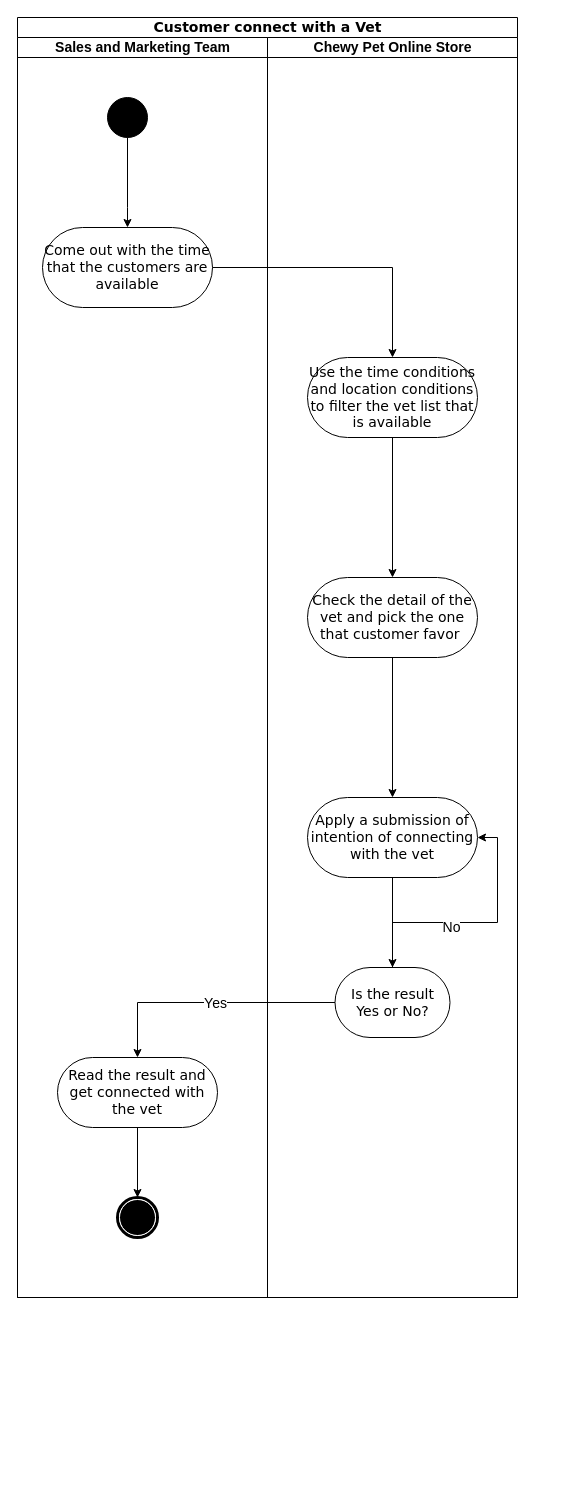
Earlier version of the draw.io diagram 未命名绘图.drawio (Bob960204/Test). Source tidied: cells renumbered, new cells numbered last; positions are measured from the earlier drawing's top-left corner, leaving out a move shared by most shapes. Both pictures are drawn from the tidied source at 100%, with x=0, y=0 at pixel (17, 17).
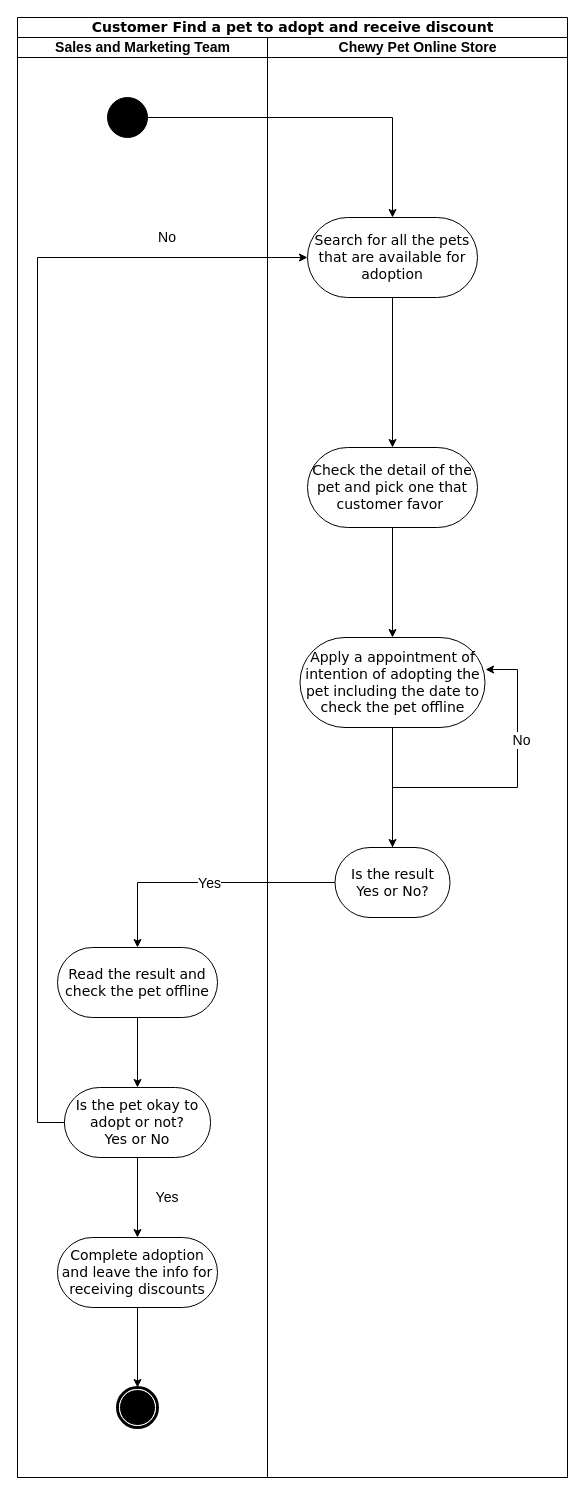
The same diagram, later.

Commit message (it also covers changes not shown here):
更新未命名绘图.drawio

Unchanged cells that the change refers to:
```xml
<mxCell id="4" style="ellipse;whiteSpace=wrap;html=1;rounded=0;shadow=0;comic=0;labelBackgroundColor=none;strokeWidth=1;fillColor=#000000;fontFamily=Verdana;fontSize=14;align=center;" parent="3" vertex="1">
  <mxGeometry x="90" y="60" width="40" height="40" as="geometry" />
</mxCell>
```

The edit, as a diff of the source:
```diff
@@
-    <mxCell id="2" value="Customer connect with a Vet" style="swimlane;html=1;startSize=20;rounded=0;shadow=0;comic=0;labelBackgroundColor=none;strokeWidth=1;fontFamily=Verdana;fontSize=14;align=center;" parent="1" vertex="1">
-      <mxGeometry width="500" height="1280" as="geometry" />
+    <mxCell id="2" value="Customer Find a pet to adopt and receive discount" style="swimlane;html=1;startSize=20;rounded=0;shadow=0;comic=0;labelBackgroundColor=none;strokeWidth=1;fontFamily=Verdana;fontSize=14;align=center;" parent="1" vertex="1">
+      <mxGeometry width="550" height="1460" as="geometry" />
     </mxCell>
     <mxCell id="3" value="Sales and Marketing Team" style="swimlane;html=1;startSize=20;fontSize=14;" parent="2" vertex="1">
-      <mxGeometry y="20" width="250" height="1260" as="geometry" />
+      <mxGeometry y="20" width="250" height="1440" as="geometry" />
     </mxCell>
@@
     <mxCell id="5" style="shape=mxgraph.bpmn.shape;html=1;verticalLabelPosition=bottom;labelBackgroundColor=#ffffff;verticalAlign=top;perimeter=ellipsePerimeter;outline=end;symbol=terminate;rounded=0;shadow=0;comic=0;strokeWidth=1;fontFamily=Verdana;fontSize=14;align=center;" parent="3" vertex="1">
-      <mxGeometry x="100" y="1160" width="40" height="40" as="geometry" />
+      <mxGeometry x="100" y="1350" width="40" height="40" as="geometry" />
     </mxCell>
-    <mxCell id="6" value="Come out with the time that the customers are available" style="whiteSpace=wrap;html=1;rounded=1;shadow=0;fontFamily=Verdana;strokeWidth=1;arcSize=50;comic=0;fontSize=14;" parent="3" vertex="1">
-      <mxGeometry x="25" y="190" width="170" height="80" as="geometry" />
-    </mxCell>
-    <mxCell id="7" style="edgeStyle=orthogonalEdgeStyle;rounded=0;jettySize=auto;html=1;entryX=0.5;entryY=0;entryDx=0;entryDy=0;fontSize=14;" parent="3" edge="1" source="4" target="6">
-      <mxGeometry relative="1" as="geometry">
-        <Array as="points">
-          <mxPoint x="110" y="170" />
-          <mxPoint x="110" y="170" />
-        </Array>
-      </mxGeometry>
-    </mxCell>
-    <mxCell id="8" style="edgeStyle=orthogonalEdgeStyle;rounded=0;jettySize=auto;html=1;fontSize=14;" parent="3" edge="1" source="9" target="5">
-      <mxGeometry relative="1" as="geometry" />
-    </mxCell>
+    <mxCell id="23" style="edgeStyle=orthogonalEdgeStyle;rounded=0;jettySize=auto;html=1;fontSize=14;" parent="3" edge="1" source="9" target="24">
+      <mxGeometry relative="1" as="geometry" />
+    </mxCell>
-    <mxCell id="9" value="Read the result and get connected with the vet" style="whiteSpace=wrap;html=1;rounded=1;shadow=0;fontFamily=Verdana;strokeWidth=1;arcSize=50;comic=0;fontSize=14;" parent="3" vertex="1">
-      <mxGeometry x="40" y="1020" width="160" height="70" as="geometry" />
+    <mxCell id="9" value="Read the result and check the pet offline" style="whiteSpace=wrap;html=1;rounded=1;shadow=0;fontFamily=Verdana;strokeWidth=1;arcSize=50;comic=0;fontSize=14;" parent="3" vertex="1">
+      <mxGeometry x="40" y="910" width="160" height="70" as="geometry" />
     </mxCell>
+    <mxCell id="24" value="Is the pet okay to adopt or not?&lt;br style=&quot;font-size: 14px;&quot;&gt;Yes or No" style="whiteSpace=wrap;html=1;rounded=1;shadow=0;fontFamily=Verdana;strokeWidth=1;arcSize=50;comic=0;fontSize=14;" parent="3" vertex="1">
+      <mxGeometry x="46.9" y="1050" width="146.2" height="70" as="geometry" />
+    </mxCell>
+    <mxCell id="25" style="edgeStyle=orthogonalEdgeStyle;rounded=0;jettySize=auto;html=1;fontSize=14;" parent="3" edge="1" source="26" target="5">
+      <mxGeometry relative="1" as="geometry" />
+    </mxCell>
+    <mxCell id="26" value="Complete adoption and leave the info for receiving discounts" style="whiteSpace=wrap;html=1;rounded=1;shadow=0;fontFamily=Verdana;strokeWidth=1;arcSize=50;comic=0;fontSize=14;" parent="3" vertex="1">
+      <mxGeometry x="40" y="1200" width="160" height="70" as="geometry" />
+    </mxCell>
+    <mxCell id="27" style="edgeStyle=orthogonalEdgeStyle;rounded=0;jettySize=auto;html=1;fontSize=14;entryX=0.5;entryY=0;entryDx=0;entryDy=0;" parent="3" edge="1" source="24" target="26">
+      <mxGeometry relative="1" as="geometry" />
+    </mxCell>
+    <mxCell id="28" value="Yes" style="text;html=1;strokeColor=none;fillColor=none;align=center;verticalAlign=middle;whiteSpace=wrap;rounded=0;fontSize=14;" parent="3" vertex="1">
+      <mxGeometry x="130" y="1150" width="40" height="20" as="geometry" />
+    </mxCell>
+    <mxCell id="29" value="No" style="text;html=1;strokeColor=none;fillColor=none;align=center;verticalAlign=middle;whiteSpace=wrap;rounded=0;fontSize=14;" parent="3" vertex="1">
+      <mxGeometry x="130" y="190" width="40" height="20" as="geometry" />
+    </mxCell>
     <mxCell id="10" value="Chewy Pet Online Store" style="swimlane;html=1;startSize=20;fontSize=14;" parent="2" vertex="1">
-      <mxGeometry x="250" y="20" width="250" height="1260" as="geometry" />
+      <mxGeometry x="250" y="20" width="300" height="1440" as="geometry" />
     </mxCell>
@@
-    <mxCell id="12" value="Use the time conditions and location conditions to filter the vet list that is available" style="whiteSpace=wrap;html=1;rounded=1;shadow=0;fontFamily=Verdana;strokeWidth=1;arcSize=50;comic=0;fontSize=14;" parent="10" vertex="1">
-      <mxGeometry x="40" y="320" width="170" height="80" as="geometry" />
+    <mxCell id="12" value="Search for all the pets that are available for adoption" style="whiteSpace=wrap;html=1;rounded=1;shadow=0;fontFamily=Verdana;strokeWidth=1;arcSize=50;comic=0;fontSize=14;" parent="10" vertex="1">
+      <mxGeometry x="40" y="180" width="170" height="80" as="geometry" />
     </mxCell>
@@
-    <mxCell id="14" value="Check the detail of the vet and pick the one that customer favor&amp;nbsp;" style="whiteSpace=wrap;html=1;rounded=1;shadow=0;fontFamily=Verdana;strokeWidth=1;arcSize=50;comic=0;fontSize=14;" parent="10" vertex="1">
-      <mxGeometry x="40" y="540" width="170" height="80" as="geometry" />
+    <mxCell id="14" value="Check the detail of the pet and pick one that customer favor&amp;nbsp;" style="whiteSpace=wrap;html=1;rounded=1;shadow=0;fontFamily=Verdana;strokeWidth=1;arcSize=50;comic=0;fontSize=14;" parent="10" vertex="1">
+      <mxGeometry x="40" y="410" width="170" height="80" as="geometry" />
     </mxCell>
@@
-    <mxCell id="16" value="Apply a submission of intention of connecting with the vet" style="whiteSpace=wrap;html=1;rounded=1;shadow=0;fontFamily=Verdana;strokeWidth=1;arcSize=50;comic=0;fontSize=14;" parent="10" vertex="1">
-      <mxGeometry x="40" y="760" width="170" height="80" as="geometry" />
+    <mxCell id="16" value="Apply a appointment of intention of adopting the pet including the date to check the pet offline" style="whiteSpace=wrap;html=1;rounded=1;shadow=0;fontFamily=Verdana;strokeWidth=1;arcSize=50;comic=0;fontSize=14;" parent="10" vertex="1">
+      <mxGeometry x="32.5" y="600" width="185" height="90" as="geometry" />
     </mxCell>
-    <mxCell id="17" style="edgeStyle=orthogonalEdgeStyle;rounded=0;jettySize=auto;html=1;entryX=1;entryY=0.5;entryDx=0;entryDy=0;fontSize=14;" parent="10" edge="1" source="19" target="16">
-      <mxGeometry relative="1" as="geometry" />
+    <mxCell id="17" style="edgeStyle=orthogonalEdgeStyle;rounded=0;jettySize=auto;html=1;entryX=1.003;entryY=0.356;entryDx=0;entryDy=0;entryPerimeter=0;fontSize=14;" parent="10" edge="1" source="19" target="16">
+      <mxGeometry relative="1" as="geometry">
+        <Array as="points">
+          <mxPoint x="125" y="750" />
+          <mxPoint x="250" y="750" />
+          <mxPoint x="250" y="632" />
+        </Array>
+      </mxGeometry>
     </mxCell>
     <mxCell id="18" value="No" style="edgeLabel;html=1;align=center;verticalAlign=middle;fontSize=14;" parent="17" vertex="1">
-      <mxGeometry x="-0.1" y="-4" relative="1" as="geometry">
-        <mxPoint x="-12" as="offset" />
-      </mxGeometry>
+      <mxGeometry x="0.39" y="-3" relative="1" as="geometry" />
     </mxCell>
     <mxCell id="19" value="Is the result &lt;br style=&quot;font-size: 14px;&quot;&gt;Yes or No?" style="whiteSpace=wrap;html=1;rounded=1;shadow=0;fontFamily=Verdana;strokeWidth=1;arcSize=50;comic=0;fontSize=14;" parent="10" vertex="1">
-      <mxGeometry x="67.5" y="930" width="115" height="70" as="geometry" />
+      <mxGeometry x="67.5" y="810" width="115" height="70" as="geometry" />
     </mxCell>
-    <mxCell id="20" style="edgeStyle=orthogonalEdgeStyle;rounded=0;jettySize=auto;html=1;fontSize=14;" parent="2" edge="1" source="6" target="12">
+    <mxCell id="20" style="edgeStyle=orthogonalEdgeStyle;rounded=0;jettySize=auto;html=1;fontSize=14;exitX=1;exitY=0.5;exitDx=0;exitDy=0;" parent="2" edge="1" source="4" target="12">
       <mxGeometry relative="1" as="geometry" />
     </mxCell>
@@
+    <mxCell id="30" style="edgeStyle=orthogonalEdgeStyle;rounded=0;jettySize=auto;html=1;entryX=0;entryY=0.5;entryDx=0;entryDy=0;fontSize=14;" parent="2" edge="1" source="24" target="12">
+      <mxGeometry relative="1" as="geometry">
+        <Array as="points">
+          <mxPoint x="20" y="1105" />
+          <mxPoint x="20" y="240" />
+        </Array>
+      </mxGeometry>
+    </mxCell>
```
